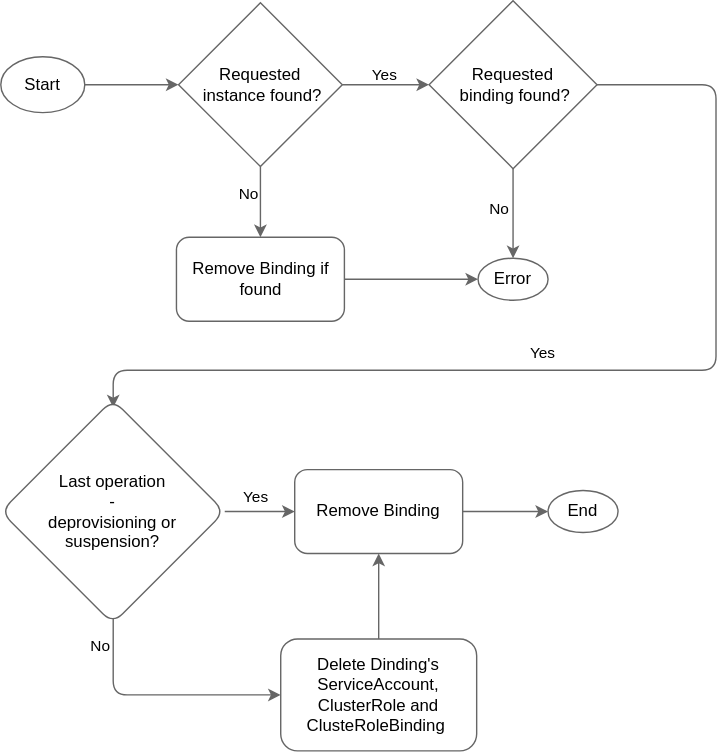
Above: docs/assets/bindings-delete-flow.drawio.svg in kyma-project/kyma-environment-broker (draw.io), before the change. Source tidied: cells renumbered, new cells last; positions are measured from the earlier drawing's top-left corner, leaving out a move shared by most shapes.
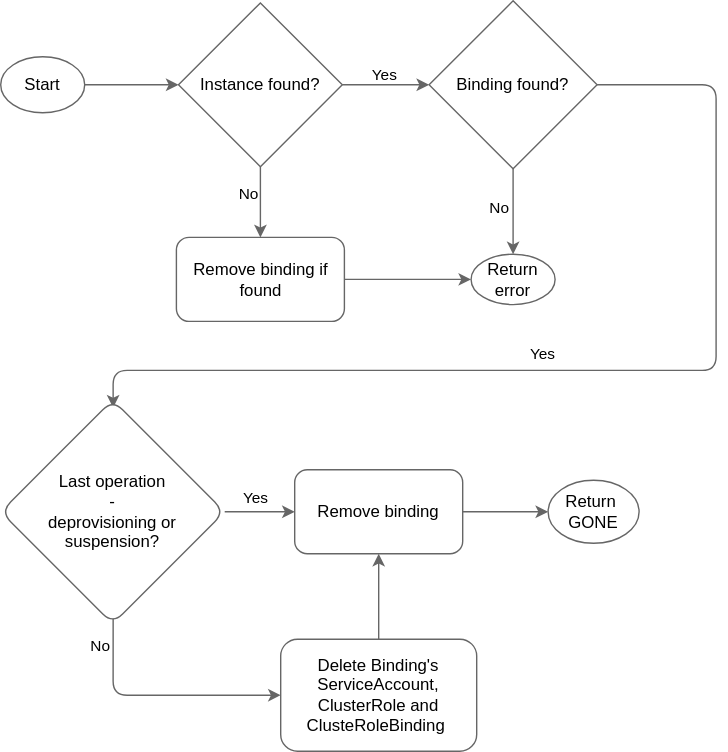
Above is the later version.

What changed in the source:
```diff
@@ -19,13 +19,13 @@
     <mxCell id="6" value="Yes" style="edgeStyle=orthogonalEdgeStyle;rounded=1;jettySize=auto;html=1;curved=0;strokeColor=#666666;labelBackgroundColor=none;fontColor=#000000;" parent="1" edge="1" source="7" target="12">
       <mxGeometry x="-0.02" y="7" relative="1" as="geometry" />
     </mxCell>
-    <mxCell id="7" value="Requested&lt;br&gt;&amp;nbsp;instance found?" style="rhombus;whiteSpace=wrap;html=1;fillColor=#ffffff;fontColor=#000000;strokeColor=#666666;" parent="1" vertex="1">
+    <mxCell id="7" value="Instance found?" style="rhombus;whiteSpace=wrap;html=1;fillColor=#ffffff;fontColor=#000000;strokeColor=#666666;" parent="1" vertex="1">
       <mxGeometry x="127" y="1.5" width="117" height="117" as="geometry" />
     </mxCell>
     <mxCell id="8" style="edgeStyle=orthogonalEdgeStyle;rounded=1;jettySize=auto;html=1;curved=0;strokeColor=#666666;" parent="1" edge="1" source="9" target="13">
       <mxGeometry relative="1" as="geometry" />
     </mxCell>
-    <mxCell id="9" value="Remove Binding if found" style="whiteSpace=wrap;html=1;fillColor=#ffffff;fontColor=#000000;strokeColor=#666666;rounded=1;" parent="1" vertex="1">
+    <mxCell id="9" value="Remove binding if found" style="whiteSpace=wrap;html=1;fillColor=#ffffff;fontColor=#000000;strokeColor=#666666;rounded=1;" parent="1" vertex="1">
       <mxGeometry x="125.5" y="169" width="120" height="60" as="geometry" />
     </mxCell>
     <mxCell id="10" value="No" style="edgeStyle=orthogonalEdgeStyle;rounded=1;jettySize=auto;html=1;curved=0;strokeColor=#666666;fontColor=#000000;labelBackgroundColor=none;" parent="1" edge="1" source="12" target="13">
@@ -40,11 +40,11 @@
         </Array>
       </mxGeometry>
     </mxCell>
-    <mxCell id="12" value="Requested&lt;br&gt;&amp;nbsp;binding found?" style="rhombus;whiteSpace=wrap;html=1;fillColor=#ffffff;fontColor=#000000;strokeColor=#666666;" parent="1" vertex="1">
+    <mxCell id="12" value="Binding found?" style="rhombus;whiteSpace=wrap;html=1;fillColor=#ffffff;fontColor=#000000;strokeColor=#666666;" parent="1" vertex="1">
       <mxGeometry x="306" width="120" height="120" as="geometry" />
     </mxCell>
-    <mxCell id="13" value="Error" style="ellipse;whiteSpace=wrap;html=1;fillColor=#ffffff;fontColor=#000000;strokeColor=#666666;" parent="1" vertex="1">
-      <mxGeometry x="341" y="184" width="50" height="30" as="geometry" />
+    <mxCell id="13" value="Return error" style="ellipse;whiteSpace=wrap;html=1;fillColor=#ffffff;fontColor=#000000;strokeColor=#666666;" parent="1" vertex="1">
+      <mxGeometry x="336" y="181" width="60" height="36" as="geometry" />
     </mxCell>
     <mxCell id="14" value="Yes" style="edgeStyle=orthogonalEdgeStyle;rounded=1;jettySize=auto;html=1;curved=0;strokeColor=#666666;fontColor=#000000;labelBackgroundColor=none;exitX=1;exitY=0.5;exitDx=0;exitDy=0;" parent="1" edge="1" source="17" target="19">
       <mxGeometry x="-0.12" y="10" relative="1" as="geometry" />
@@ -67,17 +67,17 @@
     <mxCell id="18" style="edgeStyle=orthogonalEdgeStyle;rounded=1;jettySize=auto;html=1;curved=0;strokeColor=#666666;" parent="1" edge="1" source="19" target="22">
       <mxGeometry relative="1" as="geometry" />
     </mxCell>
-    <mxCell id="19" value="Remove Binding" style="whiteSpace=wrap;html=1;fillColor=#ffffff;fontColor=#000000;strokeColor=#666666;rounded=1;" parent="1" vertex="1">
+    <mxCell id="19" value="Remove binding" style="whiteSpace=wrap;html=1;fillColor=#ffffff;fontColor=#000000;strokeColor=#666666;rounded=1;" parent="1" vertex="1">
       <mxGeometry x="210" y="335" width="120" height="60" as="geometry" />
     </mxCell>
     <mxCell id="20" style="edgeStyle=orthogonalEdgeStyle;rounded=1;jettySize=auto;html=1;curved=0;strokeColor=#666666;" parent="1" edge="1" source="21" target="19">
       <mxGeometry relative="1" as="geometry" />
     </mxCell>
-    <mxCell id="21" value="Delete Dinding's ServiceAccount, ClusterRole and ClusteRoleBinding&amp;nbsp;" style="whiteSpace=wrap;html=1;fillColor=#ffffff;fontColor=#000000;strokeColor=#666666;rounded=1;" parent="1" vertex="1">
+    <mxCell id="21" value="Delete Binding's ServiceAccount, ClusterRole and ClusteRoleBinding&amp;nbsp;" style="whiteSpace=wrap;html=1;fillColor=#ffffff;fontColor=#000000;strokeColor=#666666;rounded=1;" parent="1" vertex="1">
       <mxGeometry x="200" y="456" width="140" height="80" as="geometry" />
     </mxCell>
-    <mxCell id="22" value="End" style="ellipse;whiteSpace=wrap;html=1;fillColor=#ffffff;fontColor=#000000;strokeColor=#666666;" parent="1" vertex="1">
-      <mxGeometry x="391" y="350" width="50" height="30" as="geometry" />
+    <mxCell id="22" value="Return&amp;nbsp;&lt;br&gt;GONE" style="ellipse;whiteSpace=wrap;html=1;fillColor=#ffffff;fontColor=#000000;strokeColor=#666666;" parent="1" vertex="1">
+      <mxGeometry x="391" y="342.5" width="65" height="45" as="geometry" />
     </mxCell>
   </root>
 </mxGraphModel>
```
